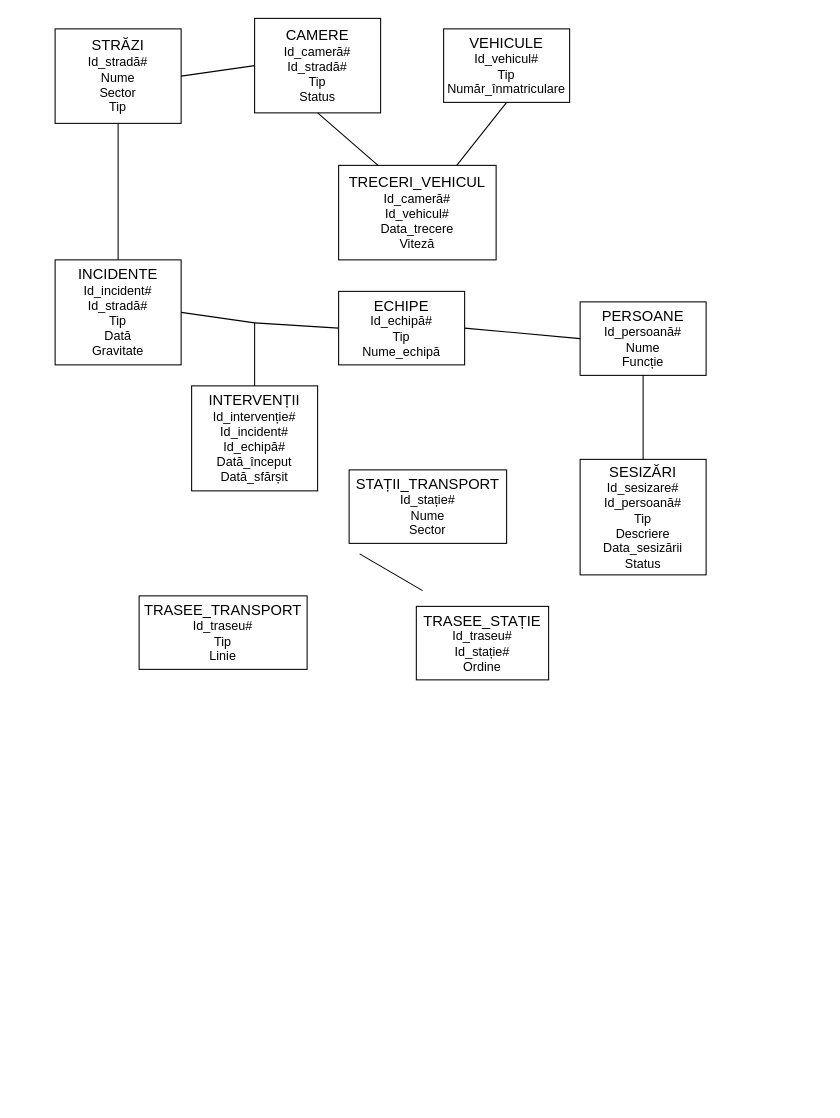
This is Year1/Semester2/Databases/My_Work/Courses/Diagramă fără titlu.drawio from GabreanuR/University-Work, a draw.io file, before an edit. Source tidied: cells renumbered, new cells numbered last; positions are measured from the earlier drawing's top-left corner, leaving out a move shared by most shapes. Both pictures are drawn from the tidied source at 105%, with x=0, y=0 at pixel (55, 18).
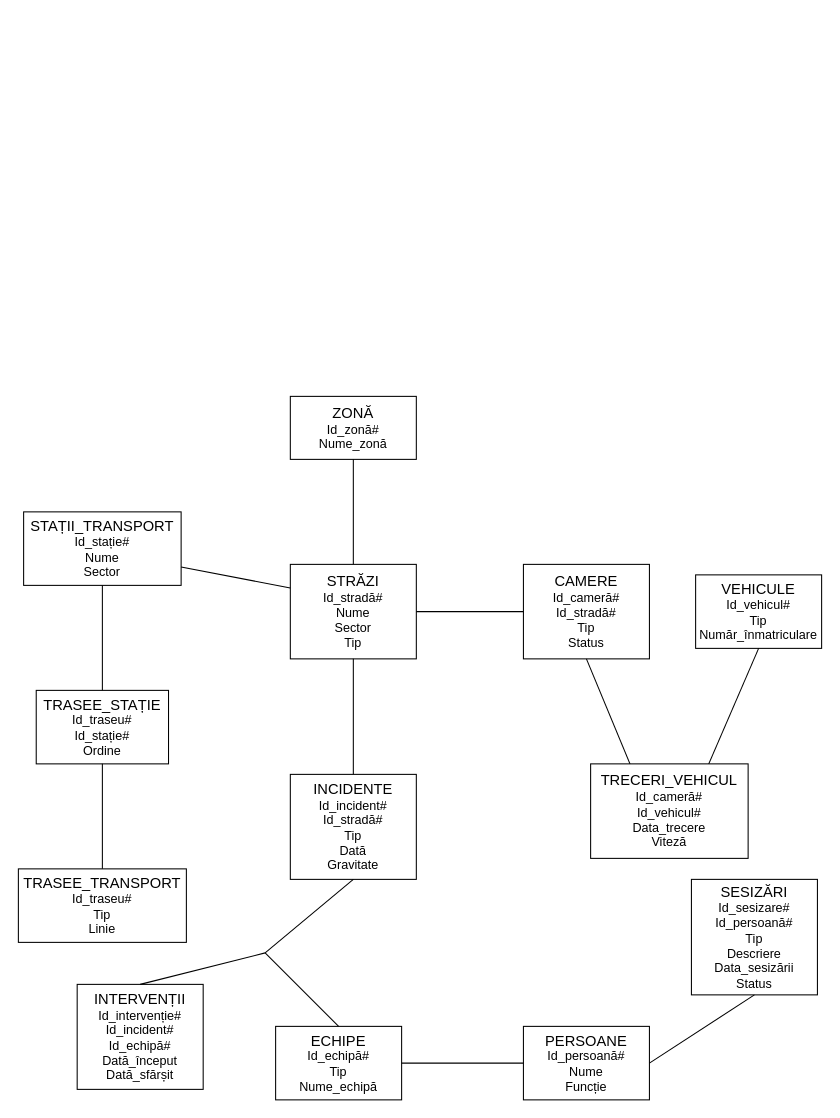
Above is the later version.

Diff of the diagram source:
```diff
@@
     <mxCell id="2" value="&lt;font style=&quot;font-size: 14px;&quot;&gt;STRĂZI&lt;/font&gt;&lt;div&gt;Id_stradă#&lt;/div&gt;&lt;div&gt;Nume&lt;/div&gt;&lt;div&gt;Sector&lt;/div&gt;&lt;div&gt;Tip&lt;/div&gt;" style="rounded=0;whiteSpace=wrap;html=1;" parent="1" vertex="1">
-      <mxGeometry y="10" width="120" height="90" as="geometry" />
+      <mxGeometry x="224" y="520" width="120" height="90" as="geometry" />
     </mxCell>
     <mxCell id="3" value="&lt;font style=&quot;font-size: 14px;&quot;&gt;CAMERE&lt;/font&gt;&lt;div&gt;&lt;font style=&quot;font-size: 12px;&quot;&gt;Id_cameră#&lt;/font&gt;&lt;/div&gt;&lt;div&gt;&lt;font style=&quot;font-size: 12px;&quot;&gt;Id_stradă#&lt;/font&gt;&lt;/div&gt;&lt;div&gt;Tip&lt;/div&gt;&lt;div&gt;Status&lt;/div&gt;" style="whiteSpace=wrap;html=1;" parent="1" vertex="1">
-      <mxGeometry x="190" width="120" height="90" as="geometry" />
+      <mxGeometry x="446" y="520" width="120" height="90" as="geometry" />
     </mxCell>
     <mxCell id="4" value="&lt;font style=&quot;font-size: 14px;&quot;&gt;VEHICULE&lt;/font&gt;&lt;div&gt;Id_vehicul#&lt;/div&gt;&lt;div&gt;Tip&lt;/div&gt;&lt;div&gt;Număr_înmatriculare&lt;/div&gt;" style="whiteSpace=wrap;html=1;" parent="1" vertex="1">
-      <mxGeometry x="370" y="10" width="120" height="70" as="geometry" />
+      <mxGeometry x="610" y="530" width="120" height="70" as="geometry" />
     </mxCell>
     <mxCell id="5" value="&lt;font style=&quot;font-size: 14px;&quot;&gt;TRECERI_VEHICUL&lt;/font&gt;&lt;div&gt;Id_cameră#&lt;/div&gt;&lt;div&gt;Id_vehicul#&lt;/div&gt;&lt;div&gt;Data_trecere&lt;/div&gt;&lt;div&gt;Viteză&lt;/div&gt;" style="whiteSpace=wrap;html=1;" parent="1" vertex="1">
-      <mxGeometry x="270" y="140" width="150" height="90" as="geometry" />
+      <mxGeometry x="510" y="710" width="150" height="90" as="geometry" />
     </mxCell>
     <mxCell id="6" value="&lt;font style=&quot;font-size: 14px;&quot;&gt;INCIDENTE&lt;/font&gt;&lt;div&gt;Id_incident#&lt;/div&gt;&lt;div&gt;Id_stradă#&lt;/div&gt;&lt;div&gt;Tip&lt;/div&gt;&lt;div&gt;Dată&lt;/div&gt;&lt;div&gt;Gravitate&lt;/div&gt;" style="rounded=0;whiteSpace=wrap;html=1;" parent="1" vertex="1">
-      <mxGeometry y="230" width="120" height="100" as="geometry" />
+      <mxGeometry x="224" y="720" width="120" height="100" as="geometry" />
     </mxCell>
     <mxCell id="7" value="&lt;font style=&quot;font-size: 14px;&quot;&gt;ECHIPE&lt;/font&gt;&lt;div&gt;Id_echipă#&lt;/div&gt;&lt;div&gt;Tip&lt;/div&gt;&lt;div&gt;Nume_echipă&lt;/div&gt;" style="whiteSpace=wrap;html=1;" parent="1" vertex="1">
-      <mxGeometry x="270" y="260" width="120" height="70" as="geometry" />
+      <mxGeometry x="210" y="960" width="120" height="70" as="geometry" />
     </mxCell>
     <mxCell id="8" value="&lt;font style=&quot;font-size: 14px;&quot;&gt;PERSOANE&lt;/font&gt;&lt;div&gt;Id_persoană#&lt;/div&gt;&lt;div&gt;Nume&lt;/div&gt;&lt;div&gt;Funcție&lt;/div&gt;" style="whiteSpace=wrap;html=1;" parent="1" vertex="1">
-      <mxGeometry x="500" y="270" width="120" height="70" as="geometry" />
+      <mxGeometry x="446" y="960" width="120" height="70" as="geometry" />
     </mxCell>
     <mxCell id="9" value="&lt;font style=&quot;font-size: 14px;&quot;&gt;INTERVENȚII&lt;/font&gt;&lt;div&gt;Id_intervenție#&lt;/div&gt;&lt;div&gt;Id_incident#&lt;/div&gt;&lt;div&gt;Id_echipă#&lt;/div&gt;&lt;div&gt;Dată_început&lt;/div&gt;&lt;div&gt;Dată_sfărșit&lt;/div&gt;" style="rounded=0;whiteSpace=wrap;html=1;" parent="1" vertex="1">
-      <mxGeometry x="130" y="350" width="120" height="100" as="geometry" />
+      <mxGeometry x="21" y="920" width="120" height="100" as="geometry" />
     </mxCell>
     <mxCell id="10" value="&lt;div&gt;&lt;span style=&quot;font-size: 14px;&quot;&gt;SESIZĂRI&lt;/span&gt;&lt;/div&gt;&lt;div&gt;Id_sesizare#&lt;/div&gt;&lt;div&gt;Id_persoană#&lt;/div&gt;&lt;div&gt;Tip&lt;/div&gt;&lt;div&gt;Descriere&lt;/div&gt;&lt;div&gt;Data_sesizării&lt;/div&gt;&lt;div&gt;Status&lt;/div&gt;" style="rounded=0;whiteSpace=wrap;html=1;" parent="1" vertex="1">
-      <mxGeometry x="500" y="420" width="120" height="110" as="geometry" />
+      <mxGeometry x="606" y="820" width="120" height="110" as="geometry" />
     </mxCell>
     <mxCell id="11" value="&lt;font style=&quot;font-size: 14px;&quot;&gt;STAȚII_TRANSPORT&lt;/font&gt;&lt;div&gt;Id_stație#&lt;/div&gt;&lt;div&gt;Nume&lt;/div&gt;&lt;div&gt;Sector&lt;/div&gt;" style="rounded=0;whiteSpace=wrap;html=1;" parent="1" vertex="1">
-      <mxGeometry x="280" y="430" width="150" height="70" as="geometry" />
+      <mxGeometry x="-30" y="470" width="150" height="70" as="geometry" />
     </mxCell>
     <mxCell id="12" value="&lt;font style=&quot;font-size: 14px;&quot;&gt;TRASEE_TRANSPORT&lt;/font&gt;&lt;div&gt;Id_traseu#&lt;/div&gt;&lt;div&gt;Tip&lt;/div&gt;&lt;div&gt;Linie&lt;/div&gt;" style="rounded=0;whiteSpace=wrap;html=1;" parent="1" vertex="1">
-      <mxGeometry x="80" y="550" width="160" height="70" as="geometry" />
+      <mxGeometry x="-35" y="810" width="160" height="70" as="geometry" />
     </mxCell>
     <mxCell id="13" value="&lt;font style=&quot;font-size: 14px;&quot;&gt;TRASEE_STAȚIE&lt;/font&gt;&lt;div&gt;Id_traseu#&lt;/div&gt;&lt;div&gt;Id_stație#&lt;/div&gt;&lt;div&gt;Ordine&lt;/div&gt;" style="rounded=0;whiteSpace=wrap;html=1;" parent="1" vertex="1">
-      <mxGeometry x="344" y="560" width="126" height="70" as="geometry" />
+      <mxGeometry x="-18" y="640" width="126" height="70" as="geometry" />
     </mxCell>
@@
-    <mxCell id="18" style="endArrow=none;html=1;rounded=0;exitX=1;exitY=0.5;exitDx=0;exitDy=0;" parent="1" edge="1" source="6">
+    <mxCell id="18" style="endArrow=none;html=1;rounded=0;exitX=0.5;exitY=1;exitDx=0;exitDy=0;" parent="1" edge="1" source="6">
       <mxGeometry relative="1" as="geometry">
-        <mxPoint x="190" y="290" as="targetPoint" />
+        <mxPoint x="200" y="890" as="targetPoint" />
       </mxGeometry>
     </mxCell>
     <mxCell id="19" style="endArrow=none;html=1;rounded=0;entryX=0.5;entryY=0;entryDx=0;entryDy=0;" parent="1" edge="1" target="9">
       <mxGeometry relative="1" as="geometry">
-        <mxPoint x="190" y="290" as="sourcePoint" />
+        <mxPoint x="200" y="890" as="sourcePoint" />
       </mxGeometry>
     </mxCell>
@@
-    <mxCell id="21" style="endArrow=none;html=1;rounded=0;entryX=0;entryY=0.5;entryDx=0;entryDy=0;" parent="1" edge="1" target="7">
+    <mxCell id="21" style="endArrow=none;html=1;rounded=0;entryX=0.5;entryY=0;entryDx=0;entryDy=0;" parent="1" edge="1" target="7">
       <mxGeometry relative="1" as="geometry">
-        <mxPoint x="190" y="290" as="sourcePoint" />
+        <mxPoint x="200" y="890" as="sourcePoint" />
       </mxGeometry>
     </mxCell>
-    <mxCell id="22" style="endArrow=none;html=1;rounded=0;exitX=0.5;exitY=1;exitDx=0;exitDy=0;entryX=0.5;entryY=0;entryDx=0;entryDy=0;" parent="1" edge="1" source="8" target="10">
+    <mxCell id="22" style="endArrow=none;html=1;rounded=0;exitX=1;exitY=0.5;exitDx=0;exitDy=0;entryX=0.5;entryY=1;entryDx=0;entryDy=0;" parent="1" edge="1" source="8" target="10">
       <mxGeometry relative="1" as="geometry" />
     </mxCell>
-    <mxCell id="23" style="endArrow=none;html=1;rounded=0;exitX=1;exitY=0.5;exitDx=0;exitDy=0;" parent="1" edge="1">
-      <mxGeometry relative="1" as="geometry">
-        <mxPoint x="290" y="510" as="sourcePoint" />
-        <mxPoint x="350" y="545" as="targetPoint" />
-      </mxGeometry>
+    <mxCell id="23" style="endArrow=none;html=1;rounded=0;exitX=1;exitY=0.75;exitDx=0;exitDy=0;entryX=0;entryY=0.25;entryDx=0;entryDy=0;" parent="1" edge="1" source="11" target="2">
+      <mxGeometry relative="1" as="geometry" />
     </mxCell>
+    <mxCell id="24" style="endArrow=none;html=1;rounded=0;exitX=0.5;exitY=0;exitDx=0;exitDy=0;entryX=0.5;entryY=1;entryDx=0;entryDy=0;" parent="1" edge="1" source="13" target="11">
+      <mxGeometry relative="1" as="geometry" />
+    </mxCell>
+    <mxCell id="25" style="endArrow=none;html=1;rounded=0;exitX=0.5;exitY=0;exitDx=0;exitDy=0;entryX=0.5;entryY=1;entryDx=0;entryDy=0;" parent="1" edge="1" source="12" target="13">
+      <mxGeometry relative="1" as="geometry" />
+    </mxCell>
+    <mxCell id="26" value="&lt;font style=&quot;font-size: 14px;&quot;&gt;ZONĂ&lt;/font&gt;&lt;div&gt;Id_zonă#&lt;/div&gt;&lt;div&gt;Nume_zonă&lt;/div&gt;" style="rounded=0;whiteSpace=wrap;html=1;" parent="1" vertex="1">
+      <mxGeometry x="224" y="360" width="120" height="60" as="geometry" />
+    </mxCell>
+    <mxCell id="27" style="endArrow=none;html=1;rounded=0;exitX=0.5;exitY=0;exitDx=0;exitDy=0;entryX=0.5;entryY=1;entryDx=0;entryDy=0;" parent="1" edge="1" source="2" target="26">
+      <mxGeometry relative="1" as="geometry" />
+    </mxCell>
```
